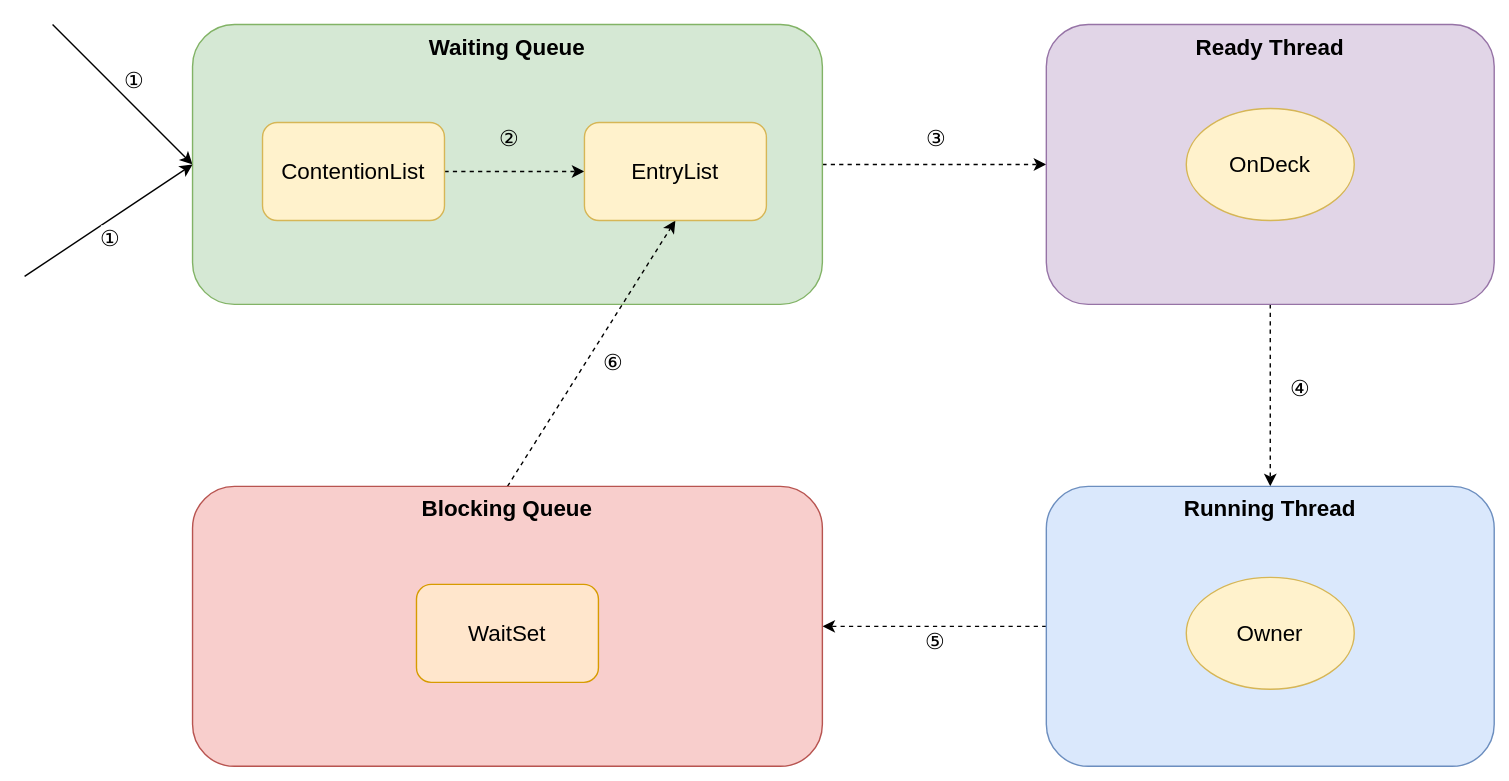
Above: Java/JavaSE/锁/Synchronized实现.drawio.svg in Developer-Tang/notes (draw.io), before the change. Source tidied: cells renumbered, new cells last; positions are measured from the earlier drawing's top-left corner, leaving out a move shared by most shapes.
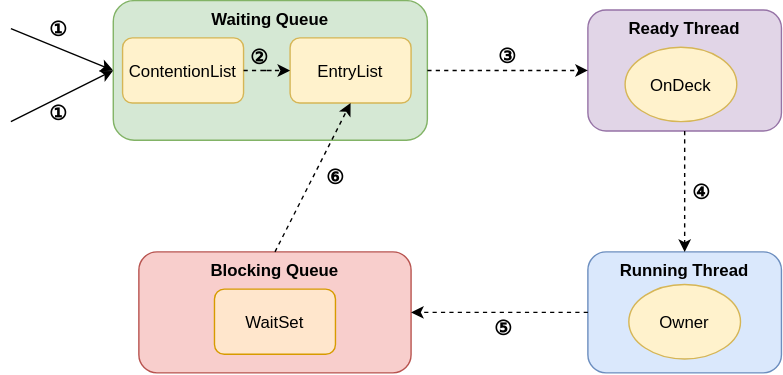
The same diagram one commit later.

What changed in the source:
```diff
@@ -2,96 +2,92 @@
   <root>
     <mxCell id="0" />
     <mxCell id="1" parent="0" />
+    <mxCell id="4" style="rounded=0;jettySize=auto;fontSize=12;entryX=0;entryY=0.5;entryDx=0;entryDy=0;labelBackgroundColor=none;" parent="1" edge="1" target="6">
+      <mxGeometry relative="1" as="geometry">
+        <mxPoint x="-54" y="30.9" as="sourcePoint" />
+      </mxGeometry>
+    </mxCell>
+    <mxCell id="26" value="①" style="edgeLabel;align=center;verticalAlign=middle;fontSize=14;fontStyle=1;labelBackgroundColor=none;" parent="4" vertex="1">
+      <mxGeometry x="-0.11" y="-1" relative="1" as="geometry">
+        <mxPoint x="2" y="-15" as="offset" />
+      </mxGeometry>
+    </mxCell>
+    <mxCell id="6" value="Waiting Queue" style="rounded=1;fillColor=#d5e8d4;strokeColor=#82b366;verticalAlign=top;fontSize=12;fontStyle=1;labelBackgroundColor=none;" parent="1" vertex="1">
+      <mxGeometry x="19.2" y="11" width="224.5" height="99.8" as="geometry" />
+    </mxCell>
+    <mxCell id="9" value="Ready Thread" style="rounded=1;fillColor=#e1d5e7;strokeColor=#9673a6;verticalAlign=top;fontSize=12;fontStyle=1;labelBackgroundColor=none;" parent="1" vertex="1">
+      <mxGeometry x="358.4" y="17.6" width="138.3" height="86.5" as="geometry" />
+    </mxCell>
-    <mxCell id="2" style="edgeStyle=orthogonalEdgeStyle;rounded=0;jettySize=auto;html=1;exitX=1;exitY=0.5;exitDx=0;exitDy=0;entryX=0;entryY=0.5;entryDx=0;entryDy=0;fontSize=16;dashed=1;" parent="1" edge="1" source="6" target="9">
+    <mxCell id="2" style="edgeStyle=orthogonalEdgeStyle;rounded=0;jettySize=auto;exitX=1;exitY=0.5;exitDx=0;exitDy=0;entryX=0;entryY=0.5;entryDx=0;entryDy=0;fontSize=12;dashed=1;labelBackgroundColor=none;" parent="1" edge="1" source="6" target="9">
       <mxGeometry relative="1" as="geometry" />
     </mxCell>
-    <mxCell id="3" value="③" style="edgeLabel;html=1;align=center;verticalAlign=middle;fontSize=16;labelBackgroundColor=none;" parent="2" vertex="1">
+    <mxCell id="3" value="③" style="edgeLabel;align=center;verticalAlign=middle;fontSize=14;labelBackgroundColor=none;fontStyle=1;" parent="2" vertex="1">
       <mxGeometry x="-0.24" y="3" relative="1" as="geometry">
-        <mxPoint x="19" y="-17" as="offset" />
+        <mxPoint x="13" y="-8" as="offset" />
       </mxGeometry>
     </mxCell>
-    <mxCell id="4" style="rounded=0;jettySize=auto;html=1;fontSize=16;entryX=0;entryY=0.5;entryDx=0;entryDy=0;" parent="1" edge="1" target="6">
-      <mxGeometry relative="1" as="geometry">
-        <mxPoint x="20" as="sourcePoint" />
-      </mxGeometry>
-    </mxCell>
-    <mxCell id="5" value="&lt;span style=&quot;color: rgba(0 , 0 , 0 , 0) ; font-family: monospace ; font-size: 0px ; background-color: rgb(248 , 249 , 250)&quot;&gt;%3CmxGraphModel%3E%3Croot%3E%3CmxCell%20id%3D%220%22%2F%3E%3CmxCell%20id%3D%221%22%20parent%3D%220%22%2F%3E%3CmxCell%20id%3D%222%22%20value%3D%22%E2%91%A0%22%20style%3D%22edgeLabel%3Bhtml%3D1%3Balign%3Dcenter%3BverticalAlign%3Dmiddle%3Bresizable%3D0%3Bpoints%3D%5B%5D%3BfontSize%3D16%3B%22%20vertex%3D%221%22%20connectable%3D%220%22%20parent%3D%221%22%3E%3CmxGeometry%20x%3D%22130.09195606650246%22%20y%3D%22221.93869595566503%22%20as%3D%22geometry%22%2F%3E%3C%2FmxCell%3E%3C%2Froot%3E%3C%2FmxGraphModel%3E&lt;/span&gt;" style="edgeLabel;html=1;align=center;verticalAlign=middle;fontSize=16;" parent="4" vertex="1">
-      <mxGeometry x="-0.31" relative="1" as="geometry" />
-    </mxCell>
-    <mxCell id="6" value="Waiting Queue" style="rounded=1;whiteSpace=wrap;html=1;fillColor=#d5e8d4;strokeColor=#82b366;verticalAlign=top;fontSize=16;fontStyle=1;" parent="1" vertex="1">
-      <mxGeometry x="120" width="450" height="200" as="geometry" />
-    </mxCell>
+    <mxCell id="12" value="Running Thread" style="rounded=1;fillColor=#dae8fc;strokeColor=#6c8ebf;verticalAlign=top;fontSize=12;fontStyle=1;labelBackgroundColor=none;" parent="1" vertex="1">
+      <mxGeometry x="358.4" y="190.5" width="138.3" height="86.5" as="geometry" />
+    </mxCell>
-    <mxCell id="7" style="edgeStyle=none;rounded=0;jettySize=auto;html=1;exitX=0.5;exitY=1;exitDx=0;exitDy=0;fontSize=16;dashed=1;" parent="1" edge="1" source="9" target="12">
+    <mxCell id="7" style="edgeStyle=none;rounded=0;jettySize=auto;exitX=0.5;exitY=1;exitDx=0;exitDy=0;fontSize=12;dashed=1;labelBackgroundColor=none;" parent="1" edge="1" source="9" target="12">
       <mxGeometry relative="1" as="geometry" />
     </mxCell>
-    <mxCell id="8" value="④" style="edgeLabel;html=1;align=center;verticalAlign=middle;fontSize=16;" parent="7" vertex="1">
+    <mxCell id="8" value="④" style="edgeLabel;align=center;verticalAlign=middle;fontSize=14;fontStyle=1;labelBackgroundColor=none;" parent="7" vertex="1">
       <mxGeometry x="-0.2" relative="1" as="geometry">
-        <mxPoint x="20" y="8" as="offset" />
+        <mxPoint x="12" y="8" as="offset" />
       </mxGeometry>
     </mxCell>
-    <mxCell id="9" value="Ready Thread" style="rounded=1;whiteSpace=wrap;html=1;fillColor=#e1d5e7;strokeColor=#9673a6;verticalAlign=top;fontSize=16;fontStyle=1;" parent="1" vertex="1">
-      <mxGeometry x="730" width="320" height="200" as="geometry" />
-    </mxCell>
+    <mxCell id="15" value="Blocking Queue" style="rounded=1;fillColor=#f8cecc;strokeColor=#b85450;verticalAlign=top;fontSize=12;fontStyle=1;labelBackgroundColor=none;" parent="1" vertex="1">
+      <mxGeometry x="37.4" y="190.5" width="194.5" height="86.5" as="geometry" />
+    </mxCell>
-    <mxCell id="10" style="edgeStyle=none;rounded=0;jettySize=auto;html=1;exitX=0;exitY=0.5;exitDx=0;exitDy=0;dashed=1;fontSize=16;" parent="1" edge="1" source="12" target="15">
+    <mxCell id="10" style="edgeStyle=none;rounded=0;jettySize=auto;exitX=0;exitY=0.5;exitDx=0;exitDy=0;dashed=1;fontSize=12;labelBackgroundColor=none;" parent="1" edge="1" source="12" target="15">
       <mxGeometry relative="1" as="geometry" />
     </mxCell>
-    <mxCell id="11" value="⑤" style="edgeLabel;html=1;align=center;verticalAlign=middle;fontSize=16;" parent="10" vertex="1">
+    <mxCell id="11" value="⑤" style="edgeLabel;align=center;verticalAlign=middle;fontSize=14;fontStyle=1;labelBackgroundColor=none;" parent="10" vertex="1">
       <mxGeometry x="0.2" relative="1" as="geometry">
         <mxPoint x="15" y="10" as="offset" />
       </mxGeometry>
     </mxCell>
-    <mxCell id="12" value="Running Thread" style="rounded=1;whiteSpace=wrap;html=1;fillColor=#dae8fc;strokeColor=#6c8ebf;verticalAlign=top;fontSize=16;fontStyle=1;" parent="1" vertex="1">
-      <mxGeometry x="730" y="330" width="320" height="200" as="geometry" />
-    </mxCell>
+    <mxCell id="18" value="ContentionList" style="rounded=1;fontSize=12;verticalAlign=middle;fillColor=#fff2cc;strokeColor=#d6b656;labelBackgroundColor=none;" parent="1" vertex="1">
+      <mxGeometry x="25.8" y="37.6" width="86.5" height="46.6" as="geometry" />
+    </mxCell>
+    <mxCell id="19" value="EntryList" style="rounded=1;fontSize=12;verticalAlign=middle;fillColor=#fff2cc;strokeColor=#d6b656;labelBackgroundColor=none;" parent="1" vertex="1">
+      <mxGeometry x="145.5" y="37.6" width="86.5" height="46.6" as="geometry" />
+    </mxCell>
-    <mxCell id="13" style="edgeStyle=none;rounded=0;jettySize=auto;html=1;exitX=0.5;exitY=0;exitDx=0;exitDy=0;entryX=0.5;entryY=1;entryDx=0;entryDy=0;dashed=1;fontSize=16;" parent="1" edge="1" source="15" target="19">
+    <mxCell id="13" style="edgeStyle=none;rounded=0;jettySize=auto;exitX=0.5;exitY=0;exitDx=0;exitDy=0;entryX=0.5;entryY=1;entryDx=0;entryDy=0;dashed=1;fontSize=12;labelBackgroundColor=none;" parent="1" edge="1" source="15" target="19">
       <mxGeometry relative="1" as="geometry" />
     </mxCell>
-    <mxCell id="14" value="⑥" style="edgeLabel;html=1;align=center;verticalAlign=middle;fontSize=16;" parent="13" vertex="1">
+    <mxCell id="14" value="⑥" style="edgeLabel;align=center;verticalAlign=middle;fontSize=14;fontStyle=1;labelBackgroundColor=none;" parent="13" vertex="1">
       <mxGeometry x="-0.1" y="-3" relative="1" as="geometry">
-        <mxPoint x="18" y="-6" as="offset" />
+        <mxPoint x="16" y="-8" as="offset" />
       </mxGeometry>
     </mxCell>
-    <mxCell id="15" value="Blocking Queue" style="rounded=1;whiteSpace=wrap;html=1;fillColor=#f8cecc;strokeColor=#b85450;verticalAlign=top;fontSize=16;fontStyle=1;" parent="1" vertex="1">
-      <mxGeometry x="120" y="330" width="450" height="200" as="geometry" />
-    </mxCell>
-    <mxCell id="16" style="edgeStyle=orthogonalEdgeStyle;rounded=0;jettySize=auto;html=1;dashed=1;fontSize=16;" parent="1" edge="1" source="18" target="19">
+    <mxCell id="16" style="edgeStyle=orthogonalEdgeStyle;rounded=0;jettySize=auto;dashed=1;fontSize=12;labelBackgroundColor=none;" parent="1" edge="1" source="18" target="19">
       <mxGeometry relative="1" as="geometry" />
     </mxCell>
-    <mxCell id="17" value="②" style="edgeLabel;html=1;align=center;verticalAlign=middle;fontSize=16;labelBackgroundColor=none;" parent="16" vertex="1">
+    <mxCell id="17" value="②" style="edgeLabel;align=center;verticalAlign=middle;fontSize=14;labelBackgroundColor=none;fontStyle=1;" parent="16" vertex="1">
       <mxGeometry x="-0.27" y="2" relative="1" as="geometry">
-        <mxPoint x="9" y="-23" as="offset" />
+        <mxPoint x="-6" y="-9" as="offset" />
       </mxGeometry>
     </mxCell>
-    <mxCell id="18" value="ContentionList" style="rounded=1;whiteSpace=wrap;html=1;fontSize=16;verticalAlign=middle;fillColor=#fff2cc;strokeColor=#d6b656;" parent="1" vertex="1">
-      <mxGeometry x="170" y="70" width="130" height="70" as="geometry" />
-    </mxCell>
-    <mxCell id="19" value="EntryList" style="rounded=1;whiteSpace=wrap;html=1;fontSize=16;verticalAlign=middle;fillColor=#fff2cc;strokeColor=#d6b656;" parent="1" vertex="1">
-      <mxGeometry x="400" y="70" width="130" height="70" as="geometry" />
-    </mxCell>
-    <mxCell id="20" style="rounded=0;orthogonalLoop=1;jettySize=auto;html=1;fontSize=16;entryX=0;entryY=0.5;entryDx=0;entryDy=0;" parent="1" edge="1">
+    <mxCell id="20" style="rounded=0;jettySize=auto;fontSize=12;entryX=0;entryY=0.5;entryDx=0;entryDy=0;labelBackgroundColor=none;" parent="1" edge="1" target="6">
       <mxGeometry relative="1" as="geometry">
-        <mxPoint y="180" as="sourcePoint" />
-        <mxPoint x="120" y="100" as="targetPoint" />
+        <mxPoint x="-54" y="97.4" as="sourcePoint" />
       </mxGeometry>
     </mxCell>
-    <mxCell id="21" value="①" style="edgeLabel;html=1;align=center;verticalAlign=middle;fontSize=16;" parent="20" vertex="1">
-      <mxGeometry x="-0.29" relative="1" as="geometry">
-        <mxPoint x="18" as="offset" />
-      </mxGeometry>
-    </mxCell>
-    <mxCell id="22" value="①" style="edgeLabel;html=1;align=center;verticalAlign=middle;fontSize=16;" parent="1" vertex="1">
-      <mxGeometry x="70.1" y="160" as="geometry">
-        <mxPoint x="7" y="-121" as="offset" />
-      </mxGeometry>
-    </mxCell>
+    <mxCell id="27" value="①" style="edgeLabel;align=center;verticalAlign=middle;fontSize=14;fontStyle=1;labelBackgroundColor=none;" parent="20" vertex="1">
+      <mxGeometry x="0.11" y="1" relative="1" as="geometry">
+        <mxPoint x="-6" y="14" as="offset" />
+      </mxGeometry>
+    </mxCell>
-    <mxCell id="23" value="OnDeck" style="ellipse;whiteSpace=wrap;html=1;labelBackgroundColor=none;fontSize=16;verticalAlign=middle;fillColor=#fff2cc;strokeColor=#d6b656;" parent="1" vertex="1">
-      <mxGeometry x="830" y="60" width="120" height="80" as="geometry" />
+    <mxCell id="23" value="OnDeck" style="ellipse;labelBackgroundColor=none;fontSize=12;verticalAlign=middle;fillColor=#fff2cc;strokeColor=#d6b656;" parent="1" vertex="1">
+      <mxGeometry x="385" y="44.2" width="79.8" height="53.2" as="geometry" />
     </mxCell>
-    <mxCell id="24" value="WaitSet" style="rounded=1;whiteSpace=wrap;html=1;fontSize=16;verticalAlign=middle;fillColor=#ffe6cc;strokeColor=#d79b00;" parent="1" vertex="1">
-      <mxGeometry x="280" y="400" width="130" height="70" as="geometry" />
+    <mxCell id="24" value="WaitSet" style="rounded=1;fontSize=12;verticalAlign=middle;fillColor=#ffe6cc;strokeColor=#d79b00;labelBackgroundColor=none;" parent="1" vertex="1">
+      <mxGeometry x="91.5" y="217.1" width="86.5" height="46.6" as="geometry" />
     </mxCell>
-    <mxCell id="25" value="Owner" style="ellipse;whiteSpace=wrap;html=1;labelBackgroundColor=none;fontSize=16;verticalAlign=middle;fillColor=#fff2cc;strokeColor=#d6b656;" parent="1" vertex="1">
-      <mxGeometry x="830" y="395" width="120" height="80" as="geometry" />
+    <mxCell id="25" value="Owner" style="ellipse;labelBackgroundColor=none;fontSize=12;verticalAlign=middle;fillColor=#fff2cc;strokeColor=#d6b656;" parent="1" vertex="1">
+      <mxGeometry x="387.6" y="213.8" width="79.8" height="53.2" as="geometry" />
     </mxCell>
   </root>
 </mxGraphModel>
```
